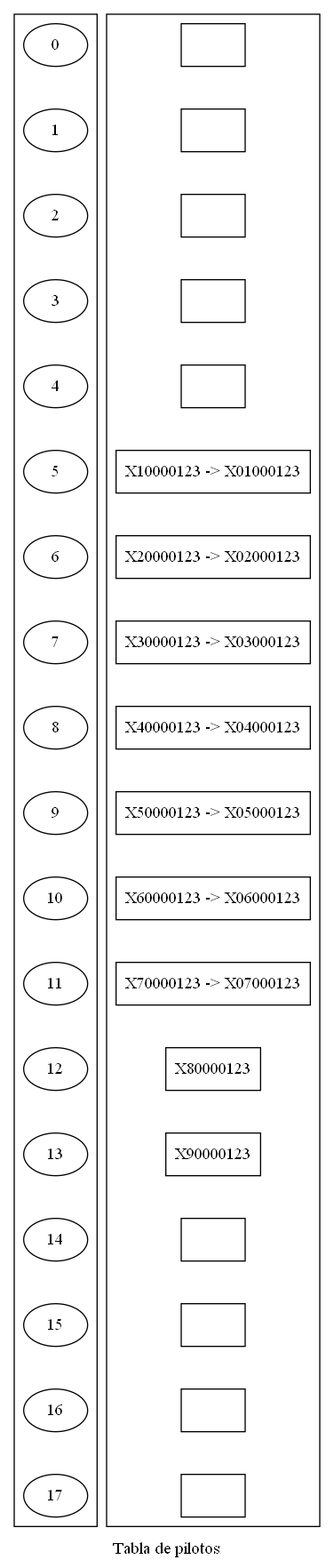
MarvinCastellanos/201700490_EDD_Proyecto keeps this Graphviz diagram as imagenes/tablaPilotos.png. Above is the earlier version. Its source is kept beside it as dot/tablaPilotos.dot.
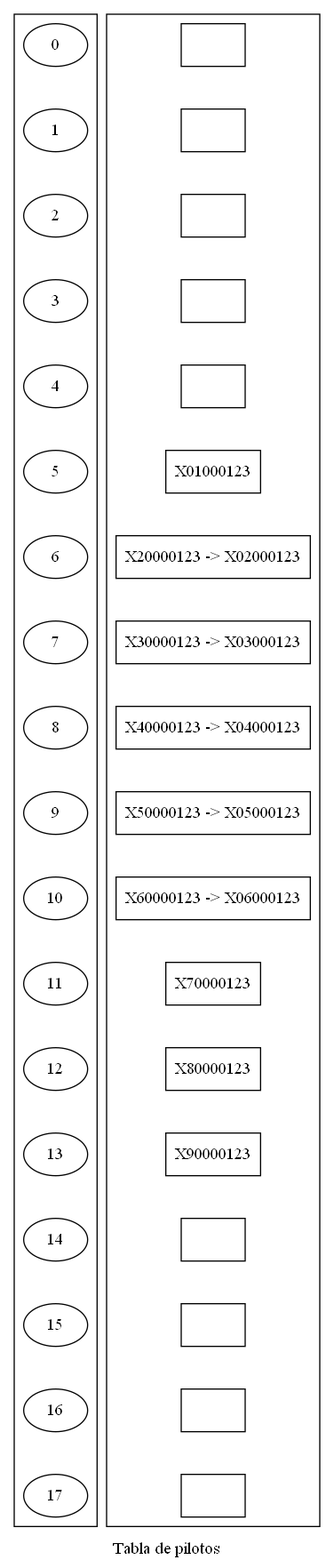
After the commit.

The edit, as a diff of the source:
```diff
@@ -14,13 +14,13 @@
 L2[label="" shape=box];
 L3[label="" shape=box];
 L4[label="" shape=box];
-L5[label="X10000123 -> X01000123" shape=box];
+L5[label="X01000123" shape=box];
 L6[label="X20000123 -> X02000123" shape=box];
 L7[label="X30000123 -> X03000123" shape=box];
 L8[label="X40000123 -> X04000123" shape=box];
 L9[label="X50000123 -> X05000123" shape=box];
 L10[label="X60000123 -> X06000123" shape=box];
-L11[label="X70000123 -> X07000123" shape=box];
+L11[label="X70000123" shape=box];
 L12[label="X80000123" shape=box];
 L13[label="X90000123" shape=box];
 L14[label="" shape=box];
```
